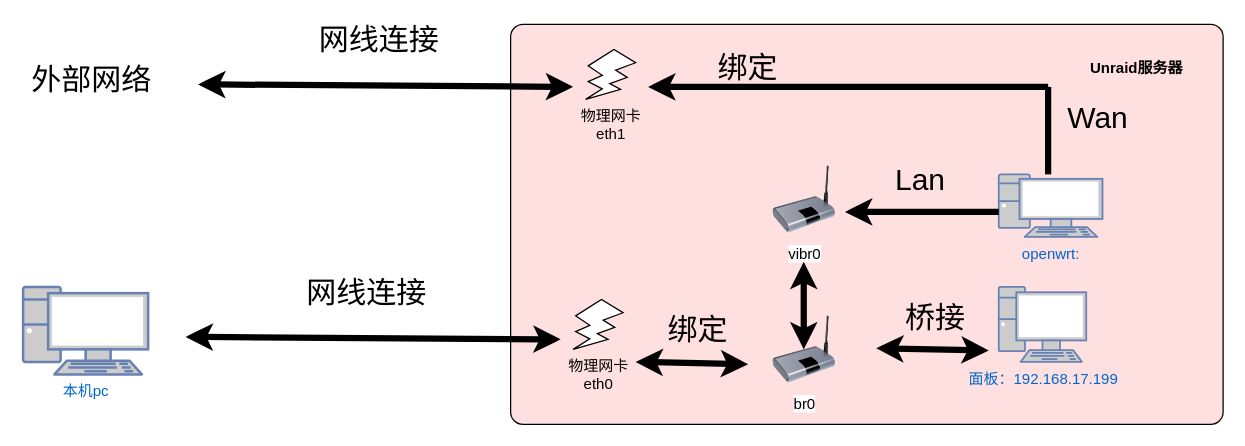
The draw.io diagram NAS.drawio in 5huanghuai/Diagram, before the edit. Source tidied: cells renumbered, new cells numbered last; positions are measured from the earlier drawing's top-left corner, leaving out a move shared by most shapes. Both pictures are drawn from the tidied source at 125%, with x=0, y=0 at pixel (22, 21).
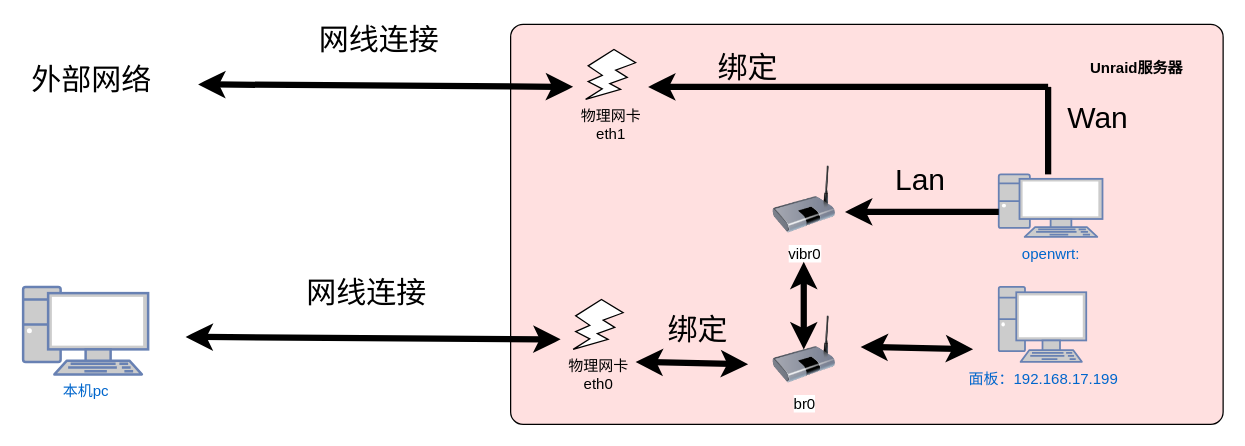
Above is the later version.

Change to the diagram source:
```diff
@@
     <mxCell id="17" style="endArrow=classic;startArrow=classic;html=1;rounded=0;strokeWidth=5;" parent="1" edge="1">
       <mxGeometry relative="1" as="geometry">
-        <mxPoint x="682.5" y="261.1" as="sourcePoint" />
-        <mxPoint x="772.5" y="262.9" as="targetPoint" />
+        <mxPoint x="670" y="260" as="sourcePoint" />
+        <mxPoint x="760" y="261.9" as="targetPoint" />
       </mxGeometry>
     </mxCell>
-    <mxCell id="18" value="&lt;span style=&quot;font-size: 24px;&quot;&gt;桥接&lt;/span&gt;" style="text;html=1;strokeColor=none;fillColor=none;align=center;verticalAlign=middle;whiteSpace=wrap;rounded=0;" parent="1" vertex="1">
-      <mxGeometry x="700" y="222" width="60" height="30" as="geometry" />
-    </mxCell>
```
